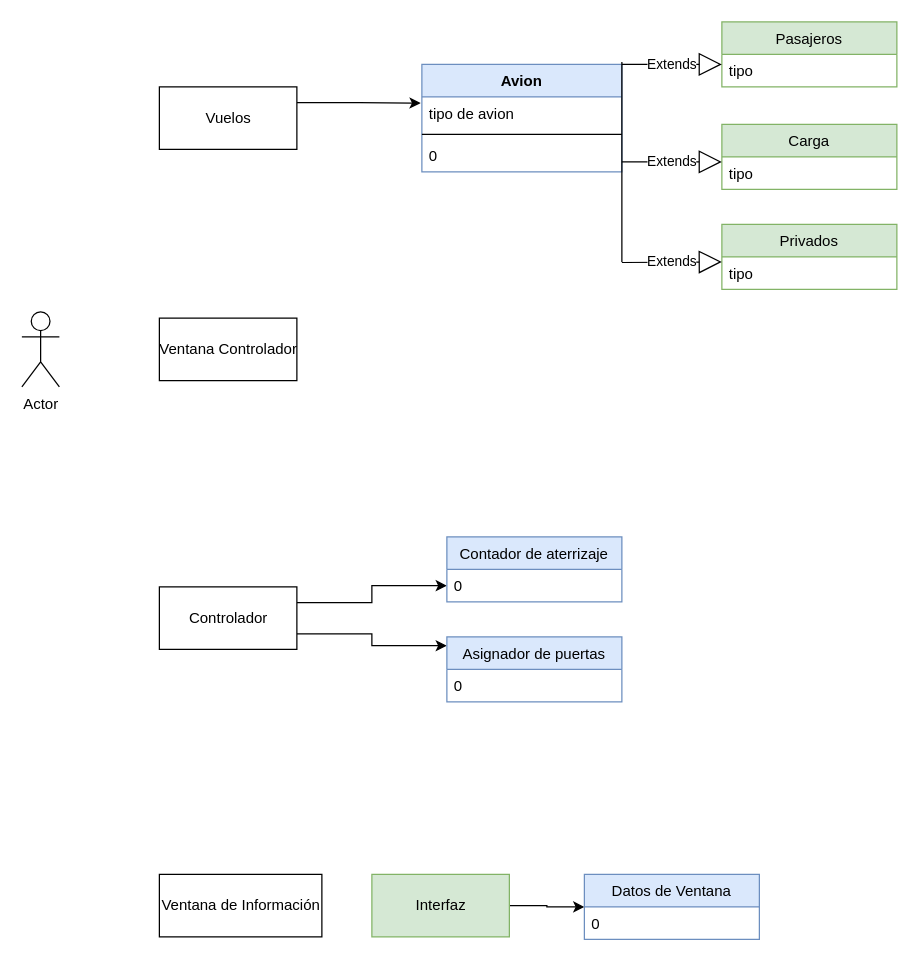
Above: Diagrama proyecto 2.drawio in CarlosArango33/Proyecto2_POO (draw.io), before the change. Source tidied: cells renumbered, new cells numbered last; positions are measured from the earlier drawing's top-left corner, leaving out a move shared by most shapes. Both pictures are drawn from the tidied source at 125%, with x=0, y=0 at pixel (21, 21).
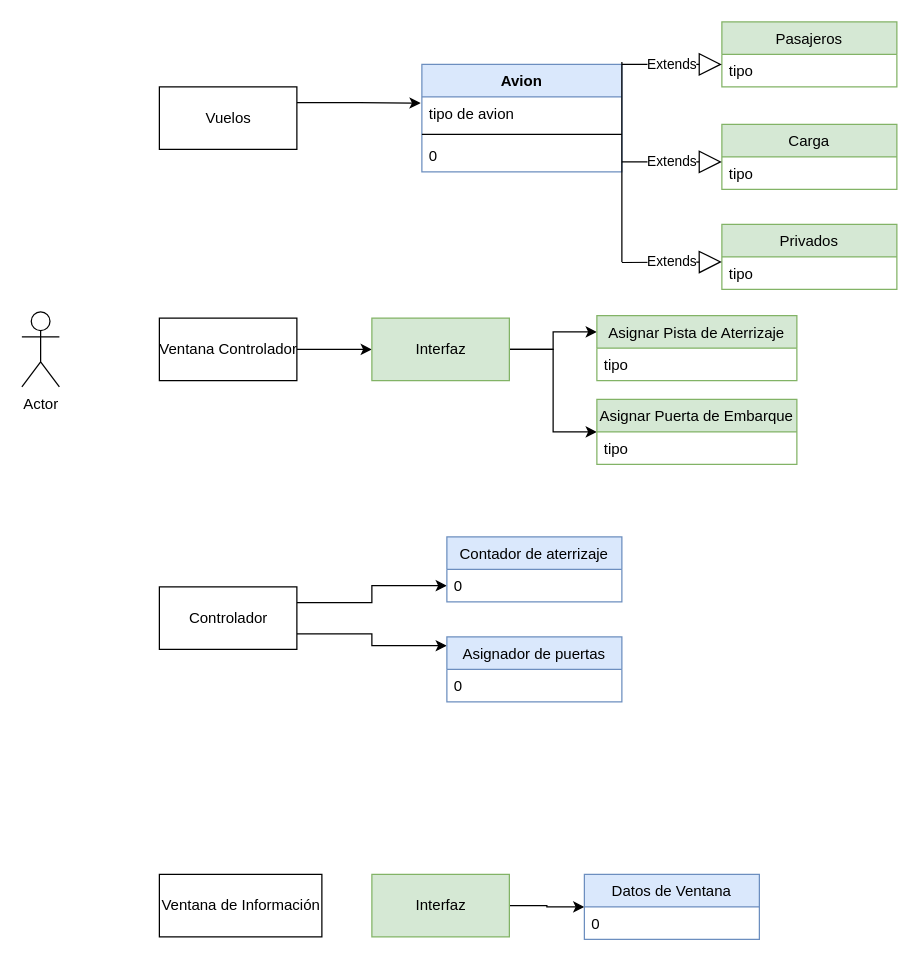
The same page after the edit.

The change refers to these unchanged cells:
```xml
<mxCell id="5" value="Ventana Controlador" style="html=1;" parent="1" vertex="1">
  <mxGeometry x="110" y="237" width="110" height="50" as="geometry" />
</mxCell>
```

Change to the diagram source:
```diff
@@
+    <mxCell id="32" style="edgeStyle=orthogonalEdgeStyle;rounded=0;jettySize=auto;html=1;entryX=0;entryY=0.5;entryDx=0;entryDy=0;" parent="1" edge="1" source="5" target="35">
+      <mxGeometry relative="1" as="geometry" />
+    </mxCell>
@@
+    <mxCell id="33" style="edgeStyle=orthogonalEdgeStyle;rounded=0;jettySize=auto;html=1;entryX=0;entryY=0.25;entryDx=0;entryDy=0;" parent="1" edge="1" source="35" target="36">
+      <mxGeometry relative="1" as="geometry" />
+    </mxCell>
+    <mxCell id="34" style="edgeStyle=orthogonalEdgeStyle;rounded=0;jettySize=auto;html=1;entryX=0;entryY=0.5;entryDx=0;entryDy=0;" parent="1" edge="1" source="35" target="38">
+      <mxGeometry relative="1" as="geometry" />
+    </mxCell>
+    <mxCell id="35" value="Interfaz" style="html=1;fillColor=#d5e8d4;strokeColor=#82b366;" parent="1" vertex="1">
+      <mxGeometry x="280" y="237" width="110" height="50" as="geometry" />
+    </mxCell>
+    <mxCell id="36" value="Asignar Pista de Aterrizaje" style="swimlane;fontStyle=0;horizontal=1;startSize=26;fillColor=#d5e8d4;strokeColor=#82b366;" parent="1" vertex="1">
+      <mxGeometry x="460" y="235" width="160" height="52" as="geometry" />
+    </mxCell>
+    <mxCell id="37" value="tipo" style="text;strokeColor=none;fillColor=none;align=left;verticalAlign=top;spacingLeft=4;spacingRight=4;overflow=hidden;" parent="36" vertex="1">
+      <mxGeometry y="26" width="160" height="26" as="geometry" />
+    </mxCell>
+    <mxCell id="38" value="Asignar Puerta de Embarque" style="swimlane;fontStyle=0;horizontal=1;startSize=26;fillColor=#d5e8d4;strokeColor=#82b366;" parent="1" vertex="1">
+      <mxGeometry x="460" y="302" width="160" height="52" as="geometry" />
+    </mxCell>
+    <mxCell id="39" value="tipo" style="text;strokeColor=none;fillColor=none;align=left;verticalAlign=top;spacingLeft=4;spacingRight=4;overflow=hidden;" parent="38" vertex="1">
+      <mxGeometry y="26" width="160" height="26" as="geometry" />
+    </mxCell>
```
